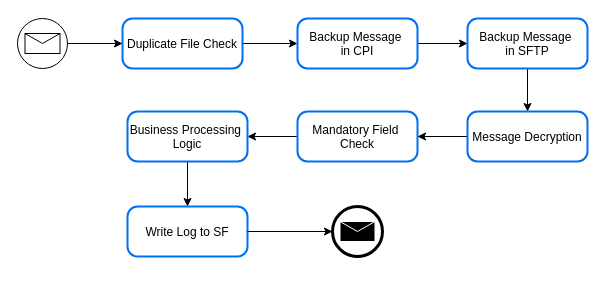
Earlier version of the draw.io diagram page "Inbound" (3 of 5) of HKJC CPI.drawio (wsxad234/flowchart). Source tidied: cells renumbered, new cells numbered last; positions are measured from the earlier drawing's top-left corner, leaving out a move shared by most shapes. Both pictures are drawn from the tidied source at 100%, with x=0, y=0 at pixel (17, 18). Pictures stored in the file or linked from it are replaced by grey dashed boxes.
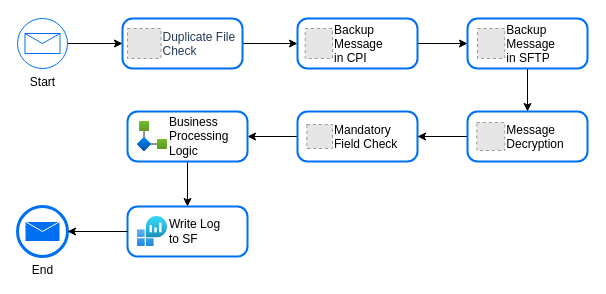
After the change.

Diff of the diagram source:
```diff
@@
-    <mxCell id="3" value="Duplicate File Check" style="strokeColor=#0070F2;shadow=0;strokeWidth=2;rounded=1;absoluteArcSize=1;arcSize=20;" parent="1" vertex="1">
+    <mxCell id="3" style="strokeColor=#0070F2;shadow=0;strokeWidth=2;rounded=1;absoluteArcSize=1;arcSize=20;" parent="1" vertex="1">
       <mxGeometry x="105" width="120" height="50" as="geometry" />
     </mxCell>
@@
-    <mxCell id="5" value="Mandatory Field &#10;Check" style="strokeColor=#0070F2;shadow=0;strokeWidth=2;rounded=1;absoluteArcSize=1;arcSize=20;" parent="1" vertex="1">
+    <mxCell id="5" style="strokeColor=#0070F2;shadow=0;strokeWidth=2;rounded=1;absoluteArcSize=1;arcSize=20;" parent="1" vertex="1">
       <mxGeometry x="280" y="93" width="120" height="50" as="geometry" />
     </mxCell>
@@
-    <mxCell id="7" value="Business Processing &#10;Logic" style="strokeColor=#0070F2;shadow=0;strokeWidth=2;rounded=1;absoluteArcSize=1;arcSize=20;" parent="1" vertex="1">
+    <mxCell id="7" style="strokeColor=#0070F2;shadow=0;strokeWidth=2;rounded=1;absoluteArcSize=1;arcSize=20;" parent="1" vertex="1">
       <mxGeometry x="110" y="93" width="120" height="50" as="geometry" />
     </mxCell>
@@
-    <mxCell id="9" value="Backup Message &#10;in CPI" style="strokeColor=#0070F2;shadow=0;strokeWidth=2;rounded=1;absoluteArcSize=1;arcSize=20;" parent="1" vertex="1">
+    <mxCell id="9" style="strokeColor=#0070F2;shadow=0;strokeWidth=2;rounded=1;absoluteArcSize=1;arcSize=20;" parent="1" vertex="1">
       <mxGeometry x="280" width="120" height="50" as="geometry" />
     </mxCell>
@@
-    <mxCell id="11" value="Backup Message &#10;in SFTP" style="strokeColor=#0070F2;shadow=0;strokeWidth=2;rounded=1;absoluteArcSize=1;arcSize=20;" parent="1" vertex="1">
+    <mxCell id="11" style="strokeColor=#0070F2;shadow=0;strokeWidth=2;rounded=1;absoluteArcSize=1;arcSize=20;" parent="1" vertex="1">
       <mxGeometry x="450" width="120" height="50" as="geometry" />
     </mxCell>
@@
-    <mxCell id="13" value="Message Decryption" style="strokeColor=#0070F2;shadow=0;strokeWidth=2;rounded=1;absoluteArcSize=1;arcSize=20;" parent="1" vertex="1">
+    <mxCell id="13" style="strokeColor=#0070F2;shadow=0;strokeWidth=2;rounded=1;absoluteArcSize=1;arcSize=20;" parent="1" vertex="1">
       <mxGeometry x="450" y="93" width="120" height="50" as="geometry" />
     </mxCell>
-    <mxCell id="14" value="Write Log to SF" style="strokeColor=#0070F2;shadow=0;strokeWidth=2;rounded=1;absoluteArcSize=1;arcSize=20;" parent="1" vertex="1">
+    <mxCell id="14" style="strokeColor=#0070F2;shadow=0;strokeWidth=2;rounded=1;absoluteArcSize=1;arcSize=20;" parent="1" vertex="1">
       <mxGeometry x="110" y="188" width="120" height="50" as="geometry" />
     </mxCell>
-    <mxCell id="15" style="points=[[0.145,0.145,0],[0.5,0,0],[0.855,0.145,0],[1,0.5,0],[0.855,0.855,0],[0.5,1,0],[0.145,0.855,0],[0,0.5,0]];shape=mxgraph.bpmn.event;html=1;verticalLabelPosition=bottom;labelBackgroundColor=#ffffff;verticalAlign=top;align=center;perimeter=ellipsePerimeter;outlineConnect=0;outline=end;symbol=message;" parent="1" vertex="1">
-      <mxGeometry x="315" y="188" width="50" height="50" as="geometry" />
+    <mxCell id="15" value="End" style="points=[[0.145,0.145,0],[0.5,0,0],[0.855,0.145,0],[1,0.5,0],[0.855,0.855,0],[0.5,1,0],[0.145,0.855,0],[0,0.5,0]];shape=mxgraph.bpmn.event;html=1;verticalLabelPosition=bottom;labelBackgroundColor=#ffffff;verticalAlign=top;align=center;perimeter=ellipsePerimeter;outlineConnect=0;outline=end;symbol=message;strokeColor=#0070f2;" parent="1" vertex="1">
+      <mxGeometry y="188" width="50" height="50" as="geometry" />
     </mxCell>
-    <mxCell id="16" style="edgeStyle=orthogonalEdgeStyle;rounded=0;jettySize=auto;html=1;entryX=0;entryY=0.5;entryDx=0;entryDy=0;entryPerimeter=0;" parent="1" edge="1" source="14" target="15">
-      <mxGeometry relative="1" as="geometry" />
-    </mxCell>
@@
-    <mxCell id="18" style="points=[[0.145,0.145,0],[0.5,0,0],[0.855,0.145,0],[1,0.5,0],[0.855,0.855,0],[0.5,1,0],[0.145,0.855,0],[0,0.5,0]];shape=mxgraph.bpmn.event;html=1;verticalLabelPosition=bottom;labelBackgroundColor=#ffffff;verticalAlign=top;align=center;perimeter=ellipsePerimeter;outlineConnect=0;outline=standard;symbol=message;" parent="1" vertex="1">
+    <mxCell id="18" value="Start" style="points=[[0.145,0.145,0],[0.5,0,0],[0.855,0.145,0],[1,0.5,0],[0.855,0.855,0],[0.5,1,0],[0.145,0.855,0],[0,0.5,0]];shape=mxgraph.bpmn.event;html=1;verticalLabelPosition=bottom;labelBackgroundColor=#ffffff;verticalAlign=top;align=center;perimeter=ellipsePerimeter;outlineConnect=0;outline=standard;symbol=message;strokeColor=#0070f2;" parent="1" vertex="1">
       <mxGeometry width="50" height="50" as="geometry" />
     </mxCell>
+    <mxCell id="19" value="Mandatory &#10;Field Check" style="fillColor=#E6E6E6;strokeColor=#999999;dashed=1;verticalLabelPosition=middle;labelBackgroundColor=default;verticalAlign=middle;labelPosition=right;align=left;" parent="1" vertex="1">
+      <mxGeometry x="289.3" y="106" width="25.7" height="24" as="geometry" />
+    </mxCell>
+    <mxCell id="20" value="Duplicate File &#10;Check" style="fillColor=#E6E6E6;strokeColor=#999999;dashed=1;verticalLabelPosition=middle;labelBackgroundColor=default;verticalAlign=middle;labelPosition=right;align=left;fontStyle=0;fontColor=#233955;" parent="1" vertex="1">
+      <mxGeometry x="110" y="10" width="33.5" height="30" as="geometry" />
+    </mxCell>
+    <mxCell id="21" value="Backup &#10;Message &#10;in CPI" style="fillColor=#E6E6E6;strokeColor=#999999;dashed=1;verticalLabelPosition=middle;labelBackgroundColor=default;verticalAlign=middle;labelPosition=right;align=left;" parent="1" vertex="1">
+      <mxGeometry x="287.7" y="10" width="27.3" height="30" as="geometry" />
+    </mxCell>
+    <mxCell id="22" value="Backup &#10;Message &#10;in SFTP" style="fillColor=#E6E6E6;strokeColor=#999999;dashed=1;verticalLabelPosition=middle;labelBackgroundColor=default;verticalAlign=middle;labelPosition=right;align=left;" parent="1" vertex="1">
+      <mxGeometry x="460" y="10" width="27.3" height="30" as="geometry" />
+    </mxCell>
+    <mxCell id="23" value="Message &#10;Decryption" style="fillColor=#E6E6E6;strokeColor=#999999;dashed=1;verticalLabelPosition=middle;labelBackgroundColor=default;verticalAlign=middle;labelPosition=right;align=left;" parent="1" vertex="1">
+      <mxGeometry x="459.3" y="104" width="28" height="28" as="geometry" />
+    </mxCell>
+    <mxCell id="16" style="edgeStyle=orthogonalEdgeStyle;rounded=0;jettySize=auto;html=1;entryX=1;entryY=0.5;entryDx=0;entryDy=0;entryPerimeter=0;" parent="1" edge="1" source="14" target="15">
+      <mxGeometry relative="1" as="geometry" />
+    </mxCell>
+    <mxCell id="24" value="&lt;span style=&quot;text-align: center; background-color: rgb(251, 251, 251);&quot;&gt;Business&amp;nbsp;&lt;/span&gt;&lt;div&gt;&lt;span style=&quot;text-align: center; background-color: rgb(251, 251, 251);&quot;&gt;Processing&amp;nbsp;&lt;/span&gt;&lt;br style=&quot;padding: 0px; margin: 0px; text-align: center; background-color: rgb(251, 251, 251);&quot;&gt;&lt;span style=&quot;text-align: center; background-color: rgb(251, 251, 251);&quot;&gt;Logic&lt;/span&gt;&lt;/div&gt;" style="image;html=1;align=left;fontSize=12;image=img/lib/azure2/integration/Logic_Apps_Custom_Connector.svg;labelPosition=right;verticalLabelPosition=middle;verticalAlign=middle;" parent="1" vertex="1">
+      <mxGeometry x="120" y="103" width="30" height="30" as="geometry" />
+    </mxCell>
+    <mxCell id="25" value="&lt;span style=&quot;text-align: center; background-color: rgb(251, 251, 251);&quot;&gt;Write Log&amp;nbsp;&lt;/span&gt;&lt;div&gt;&lt;span style=&quot;text-align: center; background-color: rgb(251, 251, 251);&quot;&gt;to SF&lt;/span&gt;&lt;/div&gt;" style="image;html=1;align=left;fontSize=12;image=img/lib/azure2/analytics/Log_Analytics_Workspaces.svg;labelPosition=right;verticalLabelPosition=middle;verticalAlign=middle;" parent="1" vertex="1">
+      <mxGeometry x="120" y="198" width="30" height="30" as="geometry" />
+    </mxCell>
```
